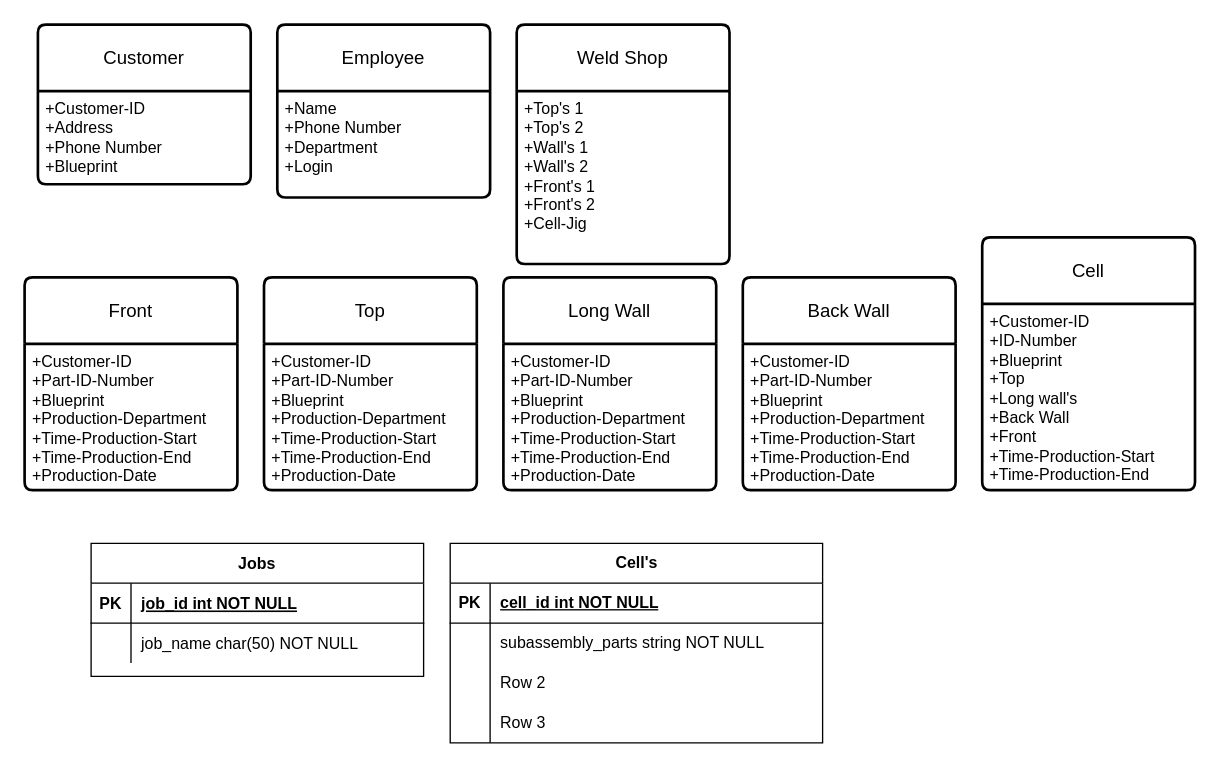
Before: ER-Diagram.drawio in Philmyrage/SteelCell-Shop-Solutions, a draw.io diagram. Source tidied: cells renumbered, new cells numbered last; positions are measured from the earlier drawing's top-left corner, leaving out a move shared by most shapes. Both pictures are drawn from the tidied source at 133%, with x=0, y=0 at pixel (24, 24).
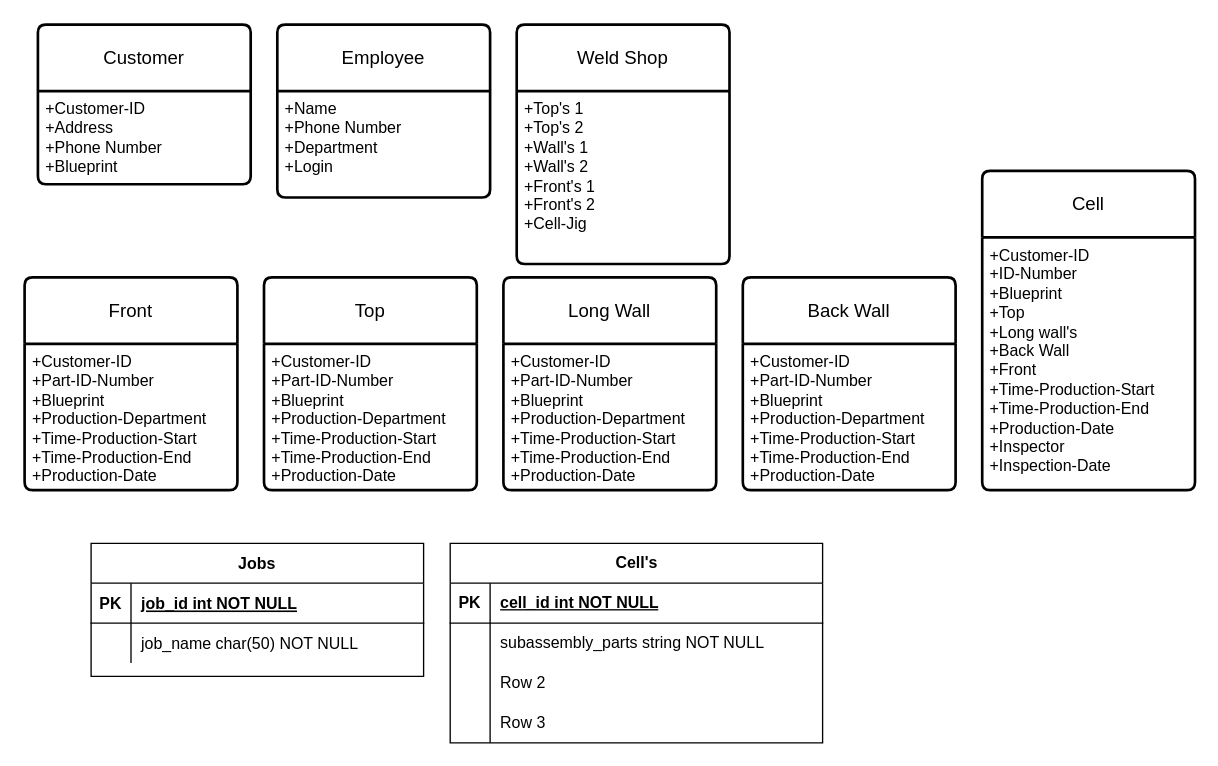
Above is the later version.

Change to the diagram source:
```diff
@@
     <mxCell id="22" value="Cell" style="swimlane;horizontal=1;startSize=50;rounded=1;fontSize=14;fontStyle=0;strokeWidth=2;shadow=0;dashed=0;align=center;arcSize=4;whiteSpace=wrap;html=1;" parent="1" vertex="1">
-      <mxGeometry x="720" y="160" width="160" height="190" as="geometry" />
+      <mxGeometry x="720" y="110" width="160" height="240" as="geometry" />
     </mxCell>
-    <mxCell id="23" value="+Customer-ID&lt;br&gt;&lt;div&gt;&lt;span style=&quot;background-color: initial;&quot;&gt;+ID-Number&lt;/span&gt;&lt;/div&gt;+Blueprint&lt;br&gt;+Top&lt;div&gt;+Long wall's&lt;/div&gt;&lt;div&gt;+Back Wall&lt;/div&gt;&lt;div&gt;+Front&lt;/div&gt;&lt;div&gt;&lt;div&gt;+Time-Production-Start&lt;/div&gt;&lt;div&gt;+Time-Production-End&lt;/div&gt;&lt;/div&gt;" style="align=left;strokeColor=none;fillColor=none;spacingLeft=4;fontSize=12;verticalAlign=top;html=1;" parent="22" vertex="1">
-      <mxGeometry y="50" width="160" height="140" as="geometry" />
+    <mxCell id="23" value="+Customer-ID&lt;br&gt;&lt;div&gt;&lt;span style=&quot;background-color: initial;&quot;&gt;+ID-Number&lt;/span&gt;&lt;/div&gt;+Blueprint&lt;br&gt;+Top&lt;div&gt;+Long wall's&lt;/div&gt;&lt;div&gt;+Back Wall&lt;/div&gt;&lt;div&gt;+Front&lt;/div&gt;&lt;div&gt;&lt;div&gt;+Time-Production-Start&lt;/div&gt;&lt;div&gt;+Time-Production-End&lt;/div&gt;&lt;/div&gt;&lt;div&gt;+Production-Date&lt;/div&gt;&lt;div&gt;+Inspector&lt;/div&gt;&lt;div&gt;+Inspection-Date&lt;/div&gt;" style="align=left;strokeColor=none;fillColor=none;spacingLeft=4;fontSize=12;verticalAlign=top;html=1;" parent="22" vertex="1">
+      <mxGeometry y="50" width="160" height="190" as="geometry" />
     </mxCell>
```
